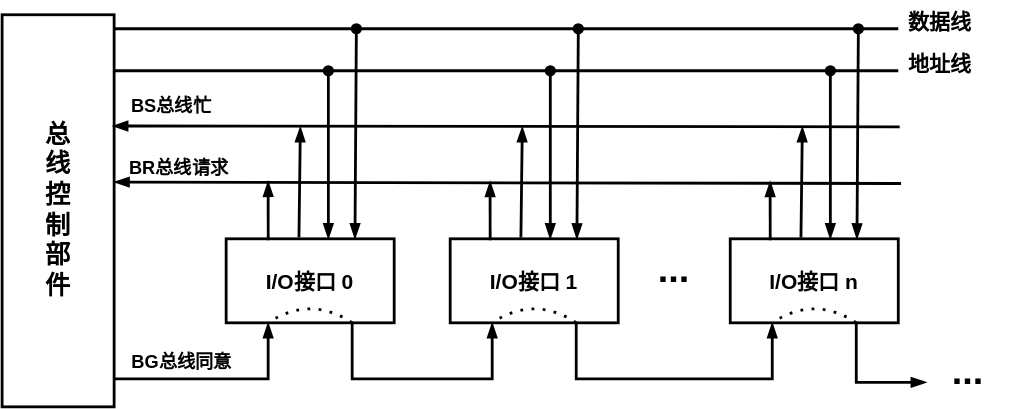
Earlier version of the draw.io export pictures/计算机组成原理-总线判优控制-链式查询.drawio.svg (creatern/NoteBook). Source tidied: cells renumbered, new cells last; positions are measured from the earlier drawing's top-left corner, leaving out a move shared by most shapes.
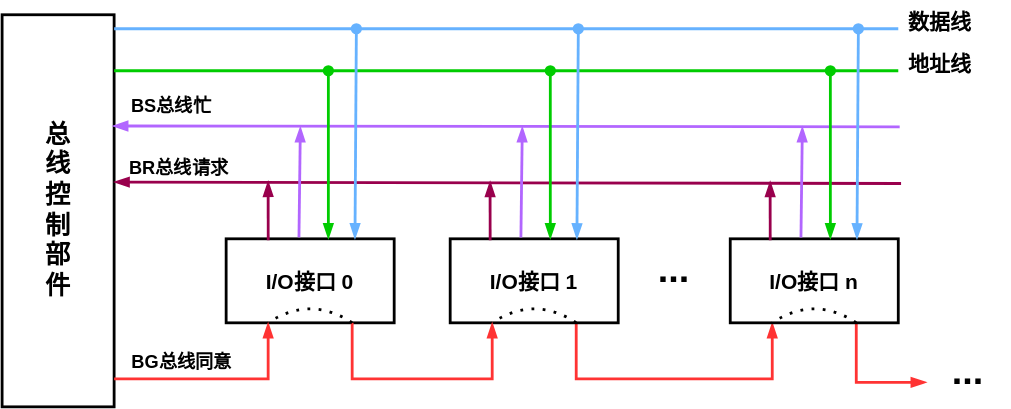
After the change.

What changed in the source:
```diff
@@ -2,13 +2,13 @@
   <root>
     <mxCell id="0" />
     <mxCell id="1" parent="0" />
-    <mxCell id="2" value="&lt;b style=&quot;font-size: 18px;&quot;&gt;&lt;font style=&quot;font-size: 18px;&quot;&gt;总&lt;br style=&quot;font-size: 18px;&quot;&gt;线&lt;br style=&quot;font-size: 18px;&quot;&gt;控&lt;br style=&quot;font-size: 18px;&quot;&gt;制&lt;br style=&quot;font-size: 18px;&quot;&gt;部&lt;br style=&quot;font-size: 18px;&quot;&gt;件&lt;/font&gt;&lt;/b&gt;" style="rounded=0;whiteSpace=wrap;html=1;fontFamily=Helvetica;fontSize=18;fontColor=default;strokeWidth=2;" parent="1" vertex="1">
+    <mxCell id="2" value="&lt;b style=&quot;font-size: 18px;&quot;&gt;&lt;font style=&quot;font-size: 18px;&quot;&gt;总&lt;br style=&quot;font-size: 18px;&quot;&gt;线&lt;br style=&quot;font-size: 18px;&quot;&gt;控&lt;br style=&quot;font-size: 18px;&quot;&gt;制&lt;br style=&quot;font-size: 18px;&quot;&gt;部&lt;br style=&quot;font-size: 18px;&quot;&gt;件&lt;/font&gt;&lt;/b&gt;" style="rounded=0;whiteSpace=wrap;html=1;fontFamily=Helvetica;fontSize=18;strokeWidth=2;" parent="1" vertex="1">
       <mxGeometry y="10" width="80" height="280" as="geometry" />
     </mxCell>
-    <mxCell id="3" value="&lt;b&gt;&lt;font style=&quot;font-size: 15px;&quot;&gt;I/O接口 0&lt;/font&gt;&lt;/b&gt;" style="rounded=0;whiteSpace=wrap;html=1;strokeColor=default;strokeWidth=2;fontFamily=Helvetica;fontSize=11;fontColor=default;fillColor=default;" parent="1" vertex="1">
+    <mxCell id="3" value="&lt;b&gt;&lt;font style=&quot;font-size: 15px;&quot;&gt;I/O接口 0&lt;/font&gt;&lt;/b&gt;" style="rounded=0;whiteSpace=wrap;html=1;strokeWidth=2;fontFamily=Helvetica;fontSize=11;" parent="1" vertex="1">
       <mxGeometry x="160" y="170" width="120" height="60" as="geometry" />
     </mxCell>
-    <mxCell id="4" style="edgeStyle=orthogonalEdgeStyle;shape=connector;rounded=0;jettySize=auto;html=1;exitX=0.75;exitY=1;exitDx=0;exitDy=0;entryX=0.25;entryY=1;entryDx=0;entryDy=0;labelBackgroundColor=default;strokeColor=default;strokeWidth=2;fontFamily=Helvetica;fontSize=11;fontColor=default;endArrow=blockThin;endFill=1;" parent="1" edge="1" source="5" target="7">
+    <mxCell id="4" style="edgeStyle=orthogonalEdgeStyle;shape=connector;rounded=0;jettySize=auto;html=1;exitX=0.75;exitY=1;exitDx=0;exitDy=0;entryX=0.25;entryY=1;entryDx=0;entryDy=0;labelBackgroundColor=default;strokeColor=#FF3333;strokeWidth=2;fontFamily=Helvetica;fontSize=11;fontColor=default;endArrow=blockThin;endFill=1;" parent="1" edge="1" source="5" target="7">
       <mxGeometry relative="1" as="geometry">
         <Array as="points">
           <mxPoint x="410" y="270" />
@@ -16,16 +16,16 @@
         </Array>
       </mxGeometry>
     </mxCell>
-    <mxCell id="5" value="&lt;b&gt;&lt;font style=&quot;font-size: 15px;&quot;&gt;I/O接口 1&lt;/font&gt;&lt;/b&gt;" style="rounded=0;whiteSpace=wrap;html=1;strokeColor=default;strokeWidth=2;fontFamily=Helvetica;fontSize=11;fontColor=default;fillColor=default;" parent="1" vertex="1">
+    <mxCell id="5" value="&lt;b&gt;&lt;font style=&quot;font-size: 15px;&quot;&gt;I/O接口 1&lt;/font&gt;&lt;/b&gt;" style="rounded=0;whiteSpace=wrap;html=1;strokeWidth=2;fontFamily=Helvetica;fontSize=11;" parent="1" vertex="1">
       <mxGeometry x="320" y="170" width="120" height="60" as="geometry" />
     </mxCell>
-    <mxCell id="6" style="edgeStyle=orthogonalEdgeStyle;shape=connector;rounded=0;jettySize=auto;html=1;exitX=0.75;exitY=1;exitDx=0;exitDy=0;entryX=0;entryY=0.75;entryDx=0;entryDy=0;labelBackgroundColor=default;strokeColor=default;strokeWidth=2;fontFamily=Helvetica;fontSize=11;fontColor=default;endArrow=blockThin;endFill=1;" parent="1" edge="1" source="7" target="19">
+    <mxCell id="6" style="edgeStyle=orthogonalEdgeStyle;shape=connector;rounded=0;jettySize=auto;html=1;exitX=0.75;exitY=1;exitDx=0;exitDy=0;entryX=0;entryY=0.75;entryDx=0;entryDy=0;labelBackgroundColor=default;strokeColor=#FF3333;strokeWidth=2;fontFamily=Helvetica;fontSize=11;fontColor=default;endArrow=blockThin;endFill=1;" parent="1" edge="1" source="7" target="19">
       <mxGeometry relative="1" as="geometry" />
     </mxCell>
-    <mxCell id="7" value="&lt;b&gt;&lt;font style=&quot;font-size: 15px;&quot;&gt;I/O接口 n&lt;/font&gt;&lt;/b&gt;" style="rounded=0;whiteSpace=wrap;html=1;strokeColor=default;strokeWidth=2;fontFamily=Helvetica;fontSize=11;fontColor=default;fillColor=default;" parent="1" vertex="1">
+    <mxCell id="7" value="&lt;b&gt;&lt;font style=&quot;font-size: 15px;&quot;&gt;I/O接口 n&lt;/font&gt;&lt;/b&gt;" style="rounded=0;whiteSpace=wrap;html=1;strokeWidth=2;fontFamily=Helvetica;fontSize=11;" parent="1" vertex="1">
       <mxGeometry x="520" y="170" width="120" height="60" as="geometry" />
     </mxCell>
-    <mxCell id="8" style="endArrow=none;html=1;rounded=0;labelBackgroundColor=default;strokeColor=default;strokeWidth=2;fontFamily=Helvetica;fontSize=11;fontColor=default;shape=connector;" parent="1" edge="1">
+    <mxCell id="8" style="endArrow=none;html=1;rounded=0;labelBackgroundColor=default;strokeColor=#66B2FF;strokeWidth=2;fontFamily=Helvetica;fontSize=11;fontColor=default;shape=connector;" parent="1" edge="1">
       <mxGeometry relative="1" as="geometry">
         <mxPoint x="80" y="20" as="sourcePoint" />
         <mxPoint x="640" y="20" as="targetPoint" />
@@ -34,7 +34,7 @@
     <mxCell id="9" value="&lt;b&gt;&lt;font style=&quot;font-size: 15px;&quot;&gt;数据线&lt;/font&gt;&lt;/b&gt;" style="text;html=1;strokeColor=none;fillColor=none;align=center;verticalAlign=middle;whiteSpace=wrap;rounded=0;fontSize=11;fontFamily=Helvetica;fontColor=default;" parent="1" vertex="1">
       <mxGeometry x="640" width="60" height="30" as="geometry" />
     </mxCell>
-    <mxCell id="10" style="endArrow=none;html=1;rounded=0;labelBackgroundColor=default;strokeColor=default;strokeWidth=2;fontFamily=Helvetica;fontSize=11;fontColor=default;shape=connector;" parent="1" edge="1">
+    <mxCell id="10" style="endArrow=none;html=1;rounded=0;labelBackgroundColor=default;strokeColor=#00CC00;strokeWidth=2;fontFamily=Helvetica;fontSize=11;fontColor=default;shape=connector;" parent="1" edge="1">
       <mxGeometry relative="1" as="geometry">
         <mxPoint x="80" y="50" as="sourcePoint" />
         <mxPoint x="640" y="50" as="targetPoint" />
@@ -43,13 +43,13 @@
     <mxCell id="11" value="&lt;b&gt;&lt;font style=&quot;font-size: 15px;&quot;&gt;地址线&lt;/font&gt;&lt;/b&gt;" style="text;html=1;strokeColor=none;fillColor=none;align=center;verticalAlign=middle;whiteSpace=wrap;rounded=0;fontSize=11;fontFamily=Helvetica;fontColor=default;" parent="1" vertex="1">
       <mxGeometry x="640" y="30" width="60" height="30" as="geometry" />
     </mxCell>
-    <mxCell id="12" style="endArrow=blockThin;html=1;rounded=0;labelBackgroundColor=default;strokeColor=default;strokeWidth=2;fontFamily=Helvetica;fontSize=11;fontColor=default;shape=connector;entryX=0.975;entryY=0.331;entryDx=0;entryDy=0;entryPerimeter=0;endFill=1;" parent="1" edge="1">
+    <mxCell id="12" style="endArrow=blockThin;html=1;rounded=0;labelBackgroundColor=default;strokeColor=#B266FF;strokeWidth=2;fontFamily=Helvetica;fontSize=11;fontColor=default;shape=connector;entryX=0.975;entryY=0.331;entryDx=0;entryDy=0;entryPerimeter=0;endFill=1;" parent="1" edge="1">
       <mxGeometry relative="1" as="geometry">
         <mxPoint x="641" y="90" as="sourcePoint" />
         <mxPoint x="79" y="89.4" as="targetPoint" />
       </mxGeometry>
     </mxCell>
-    <mxCell id="13" style="endArrow=blockThin;html=1;rounded=0;labelBackgroundColor=default;strokeColor=default;strokeWidth=2;fontFamily=Helvetica;fontSize=11;fontColor=default;shape=connector;entryX=0.975;entryY=0.331;entryDx=0;entryDy=0;entryPerimeter=0;endFill=1;" parent="1" edge="1">
+    <mxCell id="13" style="endArrow=blockThin;html=1;rounded=0;labelBackgroundColor=default;strokeColor=#99004D;strokeWidth=2;fontFamily=Helvetica;fontSize=11;fontColor=default;shape=connector;entryX=0.975;entryY=0.331;entryDx=0;entryDy=0;entryPerimeter=0;endFill=1;" parent="1" edge="1">
       <mxGeometry relative="1" as="geometry">
         <mxPoint x="642" y="130.5" as="sourcePoint" />
         <mxPoint x="80" y="129.5" as="targetPoint" />
@@ -61,7 +61,7 @@
     <mxCell id="15" value="&lt;span style=&quot;font-size: 13px;&quot;&gt;&lt;b&gt;BS总线忙&lt;/b&gt;&lt;/span&gt;" style="text;html=1;strokeColor=none;fillColor=none;align=center;verticalAlign=middle;whiteSpace=wrap;rounded=0;fontSize=11;fontFamily=Helvetica;fontColor=default;" parent="1" vertex="1">
       <mxGeometry x="91" y="60" width="60" height="30" as="geometry" />
     </mxCell>
-    <mxCell id="16" style="endArrow=blockThin;html=1;rounded=0;labelBackgroundColor=default;strokeColor=default;strokeWidth=2;fontFamily=Helvetica;fontSize=11;fontColor=default;shape=connector;endFill=1;entryX=0.25;entryY=1;entryDx=0;entryDy=0;" parent="1" edge="1" target="3">
+    <mxCell id="16" style="endArrow=blockThin;html=1;rounded=0;labelBackgroundColor=default;strokeColor=#FF3333;strokeWidth=2;fontFamily=Helvetica;fontSize=11;fontColor=default;shape=connector;endFill=1;entryX=0.25;entryY=1;entryDx=0;entryDy=0;" parent="1" edge="1" target="3">
       <mxGeometry relative="1" as="geometry">
         <mxPoint x="80" y="270" as="sourcePoint" />
         <Array as="points">
@@ -69,7 +69,7 @@
         </Array>
       </mxGeometry>
     </mxCell>
-    <mxCell id="17" style="endArrow=blockThin;html=1;rounded=0;labelBackgroundColor=default;strokeColor=default;strokeWidth=2;fontFamily=Helvetica;fontSize=11;fontColor=default;shape=connector;endFill=1;exitX=0.75;exitY=1;exitDx=0;exitDy=0;" parent="1" edge="1" source="3">
+    <mxCell id="17" style="endArrow=blockThin;html=1;rounded=0;labelBackgroundColor=default;strokeColor=#FF3333;strokeWidth=2;fontFamily=Helvetica;fontSize=11;fontColor=default;shape=connector;endFill=1;exitX=0.75;exitY=1;exitDx=0;exitDy=0;" parent="1" edge="1" source="3">
       <mxGeometry relative="1" as="geometry">
         <mxPoint x="350" y="230" as="targetPoint" />
         <Array as="points">
@@ -87,73 +87,73 @@
     <mxCell id="20" value="&lt;b&gt;&lt;font style=&quot;font-size: 13px;&quot;&gt;BG总线同意&lt;/font&gt;&lt;/b&gt;" style="text;html=1;strokeColor=none;fillColor=none;align=center;verticalAlign=middle;whiteSpace=wrap;rounded=0;fontSize=11;fontFamily=Helvetica;fontColor=default;" parent="1" vertex="1">
       <mxGeometry x="91" y="243" width="75" height="30" as="geometry" />
     </mxCell>
-    <mxCell id="21" style="endArrow=blockThin;html=1;rounded=0;labelBackgroundColor=default;strokeColor=default;strokeWidth=2;fontFamily=Helvetica;fontSize=11;fontColor=default;shape=connector;exitX=0.142;exitY=0.033;exitDx=0;exitDy=0;exitPerimeter=0;endFill=1;" parent="1" edge="1">
+    <mxCell id="21" style="endArrow=blockThin;html=1;rounded=0;labelBackgroundColor=default;strokeColor=#99004D;strokeWidth=2;fontFamily=Helvetica;fontSize=11;fontColor=default;shape=connector;exitX=0.142;exitY=0.033;exitDx=0;exitDy=0;exitPerimeter=0;endFill=1;" parent="1" edge="1">
       <mxGeometry relative="1" as="geometry">
         <mxPoint x="190" y="171" as="sourcePoint" />
         <mxPoint x="190" y="129" as="targetPoint" />
       </mxGeometry>
     </mxCell>
-    <mxCell id="22" style="endArrow=blockThin;html=1;rounded=0;labelBackgroundColor=default;strokeColor=default;strokeWidth=2;fontFamily=Helvetica;fontSize=11;fontColor=default;shape=connector;exitX=0.325;exitY=-0.017;exitDx=0;exitDy=0;exitPerimeter=0;endFill=1;" parent="1" edge="1">
+    <mxCell id="22" style="endArrow=blockThin;html=1;rounded=0;labelBackgroundColor=default;strokeColor=#B266FF;strokeWidth=2;fontFamily=Helvetica;fontSize=11;fontColor=default;shape=connector;exitX=0.325;exitY=-0.017;exitDx=0;exitDy=0;exitPerimeter=0;endFill=1;" parent="1" edge="1">
       <mxGeometry relative="1" as="geometry">
         <mxPoint x="212" y="169" as="sourcePoint" />
         <mxPoint x="213" y="90" as="targetPoint" />
       </mxGeometry>
     </mxCell>
-    <mxCell id="23" style="endArrow=blockThin;html=1;rounded=0;labelBackgroundColor=default;strokeColor=default;strokeWidth=2;fontFamily=Helvetica;fontSize=11;fontColor=default;shape=connector;endFill=1;entryX=0.5;entryY=0;entryDx=0;entryDy=0;startArrow=oval;startFill=1;" parent="1" edge="1">
+    <mxCell id="23" style="endArrow=blockThin;html=1;rounded=0;labelBackgroundColor=default;strokeColor=#00CC00;strokeWidth=2;fontFamily=Helvetica;fontSize=11;fontColor=default;shape=connector;endFill=1;entryX=0.5;entryY=0;entryDx=0;entryDy=0;startArrow=oval;startFill=1;" parent="1" edge="1">
       <mxGeometry relative="1" as="geometry">
         <mxPoint x="233" y="50" as="sourcePoint" />
         <mxPoint x="233" y="170" as="targetPoint" />
       </mxGeometry>
     </mxCell>
-    <mxCell id="24" style="endArrow=blockThin;html=1;rounded=0;labelBackgroundColor=default;strokeColor=default;strokeWidth=2;fontFamily=Helvetica;fontSize=11;fontColor=default;shape=connector;endFill=1;startArrow=oval;startFill=1;" parent="1" edge="1">
+    <mxCell id="24" style="endArrow=blockThin;html=1;rounded=0;labelBackgroundColor=default;strokeColor=#66B2FF;strokeWidth=2;fontFamily=Helvetica;fontSize=11;fontColor=default;shape=connector;endFill=1;startArrow=oval;startFill=1;" parent="1" edge="1">
       <mxGeometry relative="1" as="geometry">
         <mxPoint x="253" y="20" as="sourcePoint" />
         <mxPoint x="252" y="170" as="targetPoint" />
       </mxGeometry>
     </mxCell>
-    <mxCell id="25" style="endArrow=blockThin;html=1;rounded=0;labelBackgroundColor=default;strokeColor=default;strokeWidth=2;fontFamily=Helvetica;fontSize=11;fontColor=default;shape=connector;exitX=0.142;exitY=0.033;exitDx=0;exitDy=0;exitPerimeter=0;endFill=1;" parent="1" edge="1">
+    <mxCell id="25" style="endArrow=blockThin;html=1;rounded=0;labelBackgroundColor=default;strokeColor=#99004D;strokeWidth=2;fontFamily=Helvetica;fontSize=11;fontColor=default;shape=connector;exitX=0.142;exitY=0.033;exitDx=0;exitDy=0;exitPerimeter=0;endFill=1;" parent="1" edge="1">
       <mxGeometry relative="1" as="geometry">
         <mxPoint x="348.5" y="171" as="sourcePoint" />
         <mxPoint x="348.5" y="129" as="targetPoint" />
       </mxGeometry>
     </mxCell>
-    <mxCell id="26" style="endArrow=blockThin;html=1;rounded=0;labelBackgroundColor=default;strokeColor=default;strokeWidth=2;fontFamily=Helvetica;fontSize=11;fontColor=default;shape=connector;exitX=0.325;exitY=-0.017;exitDx=0;exitDy=0;exitPerimeter=0;endFill=1;" parent="1" edge="1">
+    <mxCell id="26" style="endArrow=blockThin;html=1;rounded=0;labelBackgroundColor=default;strokeColor=#B266FF;strokeWidth=2;fontFamily=Helvetica;fontSize=11;fontColor=default;shape=connector;exitX=0.325;exitY=-0.017;exitDx=0;exitDy=0;exitPerimeter=0;endFill=1;" parent="1" edge="1">
       <mxGeometry relative="1" as="geometry">
         <mxPoint x="370.5" y="169" as="sourcePoint" />
         <mxPoint x="371.5" y="90" as="targetPoint" />
       </mxGeometry>
     </mxCell>
-    <mxCell id="27" style="endArrow=blockThin;html=1;rounded=0;labelBackgroundColor=default;strokeColor=default;strokeWidth=2;fontFamily=Helvetica;fontSize=11;fontColor=default;shape=connector;endFill=1;entryX=0.5;entryY=0;entryDx=0;entryDy=0;startArrow=oval;startFill=1;" parent="1" edge="1">
+    <mxCell id="27" style="endArrow=blockThin;html=1;rounded=0;labelBackgroundColor=default;strokeColor=#00CC00;strokeWidth=2;fontFamily=Helvetica;fontSize=11;fontColor=default;shape=connector;endFill=1;entryX=0.5;entryY=0;entryDx=0;entryDy=0;startArrow=oval;startFill=1;" parent="1" edge="1">
       <mxGeometry relative="1" as="geometry">
         <mxPoint x="391.5" y="50" as="sourcePoint" />
         <mxPoint x="391.5" y="170" as="targetPoint" />
       </mxGeometry>
     </mxCell>
-    <mxCell id="28" style="endArrow=blockThin;html=1;rounded=0;labelBackgroundColor=default;strokeColor=default;strokeWidth=2;fontFamily=Helvetica;fontSize=11;fontColor=default;shape=connector;endFill=1;startArrow=oval;startFill=1;" parent="1" edge="1">
+    <mxCell id="28" style="endArrow=blockThin;html=1;rounded=0;labelBackgroundColor=default;strokeColor=#66B2FF;strokeWidth=2;fontFamily=Helvetica;fontSize=11;fontColor=default;shape=connector;endFill=1;startArrow=oval;startFill=1;" parent="1" edge="1">
       <mxGeometry relative="1" as="geometry">
         <mxPoint x="411.5" y="20" as="sourcePoint" />
         <mxPoint x="410.5" y="170" as="targetPoint" />
       </mxGeometry>
     </mxCell>
-    <mxCell id="29" style="endArrow=blockThin;html=1;rounded=0;labelBackgroundColor=default;strokeColor=default;strokeWidth=2;fontFamily=Helvetica;fontSize=11;fontColor=default;shape=connector;exitX=0.142;exitY=0.033;exitDx=0;exitDy=0;exitPerimeter=0;endFill=1;" parent="1" edge="1">
+    <mxCell id="29" style="endArrow=blockThin;html=1;rounded=0;labelBackgroundColor=default;strokeColor=#99004D;strokeWidth=2;fontFamily=Helvetica;fontSize=11;fontColor=default;shape=connector;exitX=0.142;exitY=0.033;exitDx=0;exitDy=0;exitPerimeter=0;endFill=1;" parent="1" edge="1">
       <mxGeometry relative="1" as="geometry">
         <mxPoint x="548.5" y="171" as="sourcePoint" />
         <mxPoint x="548.5" y="129" as="targetPoint" />
       </mxGeometry>
     </mxCell>
-    <mxCell id="30" style="endArrow=blockThin;html=1;rounded=0;labelBackgroundColor=default;strokeColor=default;strokeWidth=2;fontFamily=Helvetica;fontSize=11;fontColor=default;shape=connector;exitX=0.325;exitY=-0.017;exitDx=0;exitDy=0;exitPerimeter=0;endFill=1;" parent="1" edge="1">
+    <mxCell id="30" style="endArrow=blockThin;html=1;rounded=0;labelBackgroundColor=default;strokeColor=#B266FF;strokeWidth=2;fontFamily=Helvetica;fontSize=11;fontColor=default;shape=connector;exitX=0.325;exitY=-0.017;exitDx=0;exitDy=0;exitPerimeter=0;endFill=1;" parent="1" edge="1">
       <mxGeometry relative="1" as="geometry">
         <mxPoint x="570.5" y="169" as="sourcePoint" />
         <mxPoint x="571.5" y="90" as="targetPoint" />
       </mxGeometry>
     </mxCell>
-    <mxCell id="31" style="endArrow=blockThin;html=1;rounded=0;labelBackgroundColor=default;strokeColor=default;strokeWidth=2;fontFamily=Helvetica;fontSize=11;fontColor=default;shape=connector;endFill=1;entryX=0.5;entryY=0;entryDx=0;entryDy=0;startArrow=oval;startFill=1;" parent="1" edge="1">
+    <mxCell id="31" style="endArrow=blockThin;html=1;rounded=0;labelBackgroundColor=default;strokeColor=#00CC00;strokeWidth=2;fontFamily=Helvetica;fontSize=11;fontColor=default;shape=connector;endFill=1;entryX=0.5;entryY=0;entryDx=0;entryDy=0;startArrow=oval;startFill=1;" parent="1" edge="1">
       <mxGeometry relative="1" as="geometry">
         <mxPoint x="591.5" y="50" as="sourcePoint" />
         <mxPoint x="591.5" y="170" as="targetPoint" />
       </mxGeometry>
     </mxCell>
-    <mxCell id="32" style="endArrow=blockThin;html=1;rounded=0;labelBackgroundColor=default;strokeColor=default;strokeWidth=2;fontFamily=Helvetica;fontSize=11;fontColor=default;shape=connector;endFill=1;startArrow=oval;startFill=1;" parent="1" edge="1">
+    <mxCell id="32" style="endArrow=blockThin;html=1;rounded=0;labelBackgroundColor=default;strokeColor=#66B2FF;strokeWidth=2;fontFamily=Helvetica;fontSize=11;fontColor=default;shape=connector;endFill=1;startArrow=oval;startFill=1;" parent="1" edge="1">
       <mxGeometry relative="1" as="geometry">
         <mxPoint x="611.5" y="20" as="sourcePoint" />
         <mxPoint x="610.5" y="170" as="targetPoint" />
```
